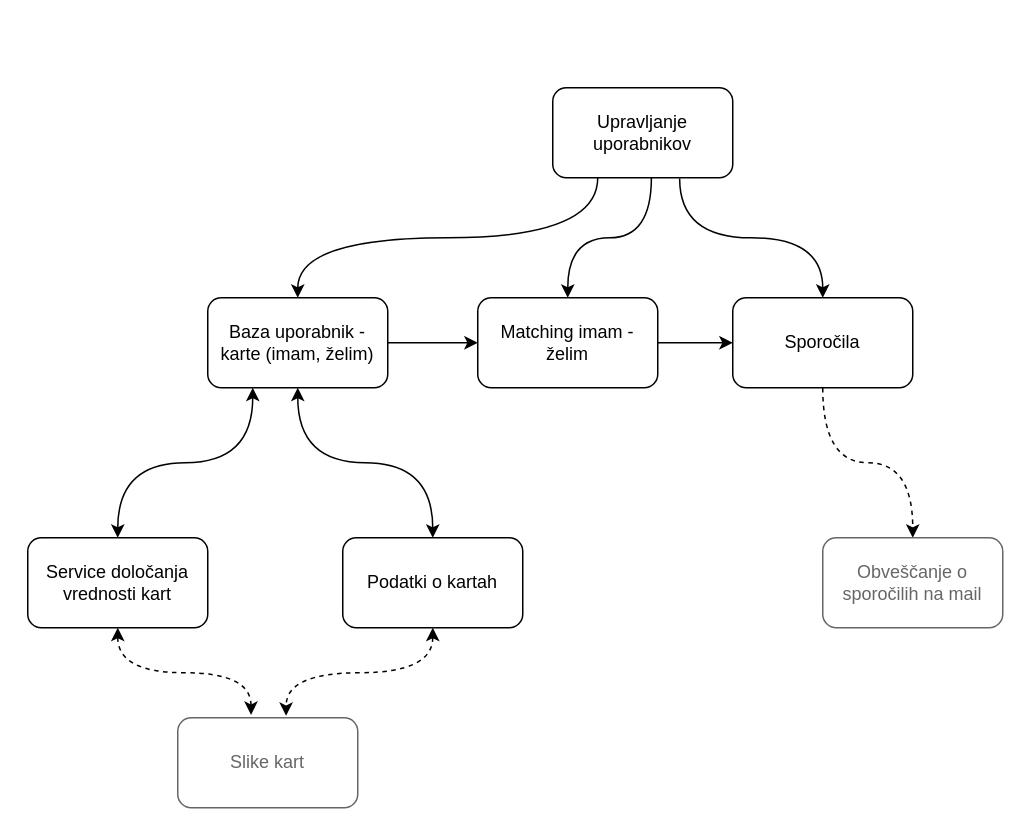
Before: shema.drawio in RSO-Project2020/service-overview, a draw.io diagram. Source tidied: cells renumbered, new cells numbered last; positions are measured from the earlier drawing's top-left corner, leaving out a move shared by most shapes. Both pictures are drawn from the tidied source at 150%, with x=0, y=0 at pixel (27, 87).
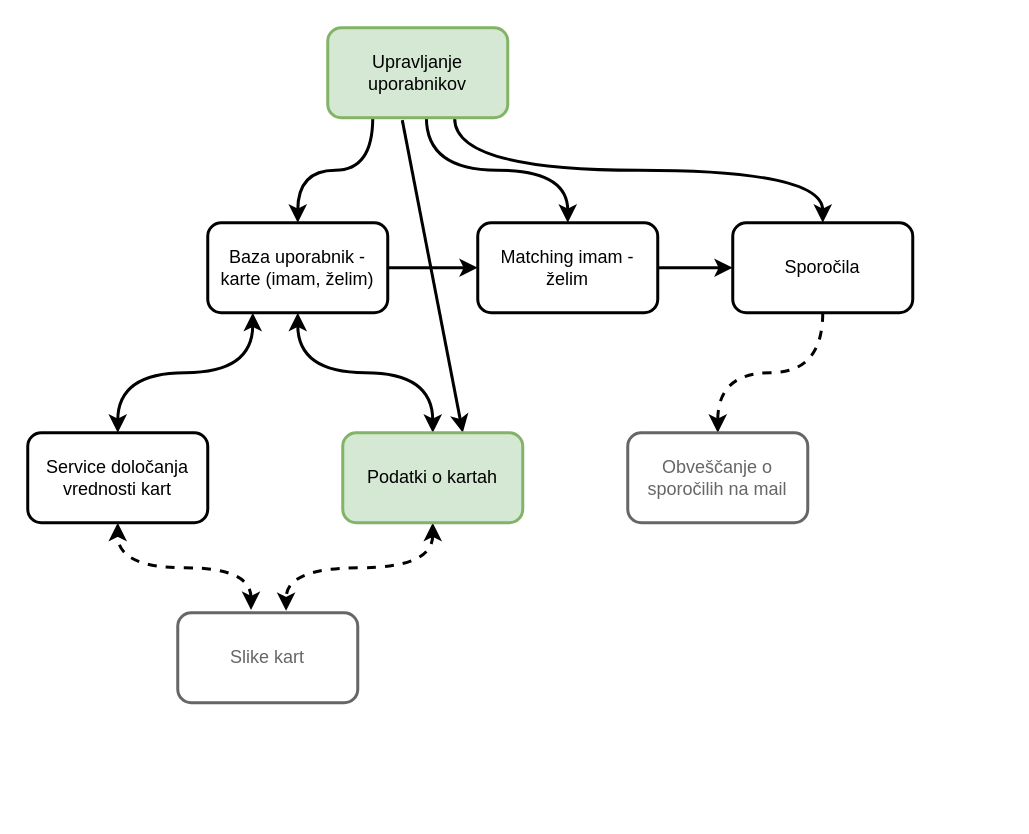
Above is the later version.

What changed in the source:
```diff
@@
-    <mxCell id="2" style="edgeStyle=orthogonalEdgeStyle;curved=1;rounded=0;jettySize=auto;html=1;exitX=0.5;exitY=0;exitDx=0;exitDy=0;entryX=0.25;entryY=1;entryDx=0;entryDy=0;startArrow=classic;startFill=1;fontColor=#666666;" parent="1" edge="1" source="3" target="14">
+    <mxCell id="2" style="edgeStyle=orthogonalEdgeStyle;curved=1;rounded=0;jettySize=auto;html=1;exitX=0.5;exitY=0;exitDx=0;exitDy=0;entryX=0.25;entryY=1;entryDx=0;entryDy=0;startArrow=classic;startFill=1;fontColor=#666666;strokeWidth=2;" parent="1" edge="1" source="3" target="14">
       <mxGeometry relative="1" as="geometry" />
     </mxCell>
-    <mxCell id="3" value="&lt;span&gt;Service določanja vrednosti kart&lt;/span&gt;" style="rounded=1;whiteSpace=wrap;html=1;" parent="1" vertex="1">
-      <mxGeometry y="300" width="120" height="60" as="geometry" />
+    <mxCell id="3" value="&lt;span&gt;Service določanja vrednosti kart&lt;/span&gt;" style="rounded=1;whiteSpace=wrap;html=1;strokeWidth=2;" parent="1" vertex="1">
+      <mxGeometry y="230" width="120" height="60" as="geometry" />
     </mxCell>
-    <mxCell id="4" style="edgeStyle=orthogonalEdgeStyle;curved=1;rounded=0;jettySize=auto;html=1;fontColor=#666666;entryX=0.5;entryY=0;entryDx=0;entryDy=0;exitX=0.705;exitY=1.007;exitDx=0;exitDy=0;exitPerimeter=0;" parent="1" edge="1" source="7" target="9">
+    <mxCell id="4" style="edgeStyle=orthogonalEdgeStyle;curved=1;rounded=0;jettySize=auto;html=1;fontColor=#666666;entryX=0.5;entryY=0;entryDx=0;entryDy=0;exitX=0.705;exitY=1.007;exitDx=0;exitDy=0;exitPerimeter=0;strokeWidth=2;" parent="1" edge="1" source="7" target="9">
       <mxGeometry relative="1" as="geometry" />
     </mxCell>
-    <mxCell id="5" style="edgeStyle=orthogonalEdgeStyle;curved=1;rounded=0;jettySize=auto;html=1;exitX=0.548;exitY=0.998;exitDx=0;exitDy=0;entryX=0.5;entryY=0;entryDx=0;entryDy=0;startArrow=none;startFill=0;fontColor=#666666;exitPerimeter=0;" parent="1" edge="1" source="7" target="19">
+    <mxCell id="5" style="edgeStyle=orthogonalEdgeStyle;curved=1;rounded=0;jettySize=auto;html=1;exitX=0.548;exitY=0.998;exitDx=0;exitDy=0;entryX=0.5;entryY=0;entryDx=0;entryDy=0;startArrow=none;startFill=0;fontColor=#666666;exitPerimeter=0;strokeWidth=2;" parent="1" edge="1" source="7" target="19">
       <mxGeometry relative="1" as="geometry" />
     </mxCell>
-    <mxCell id="6" style="edgeStyle=orthogonalEdgeStyle;curved=1;rounded=0;jettySize=auto;html=1;entryX=0.5;entryY=0;entryDx=0;entryDy=0;startArrow=none;startFill=0;fontColor=#666666;exitX=0.25;exitY=1;exitDx=0;exitDy=0;" parent="1" edge="1" source="7" target="14">
+    <mxCell id="6" style="edgeStyle=orthogonalEdgeStyle;curved=1;rounded=0;jettySize=auto;html=1;entryX=0.5;entryY=0;entryDx=0;entryDy=0;startArrow=none;startFill=0;fontColor=#666666;exitX=0.25;exitY=1;exitDx=0;exitDy=0;strokeWidth=2;" parent="1" edge="1" source="7" target="14">
       <mxGeometry relative="1" as="geometry" />
     </mxCell>
+    <mxCell id="20" style="rounded=0;jettySize=auto;html=1;exitX=0.414;exitY=1.026;exitDx=0;exitDy=0;entryX=0.667;entryY=0;entryDx=0;entryDy=0;entryPerimeter=0;exitPerimeter=0;strokeWidth=2;" parent="1" edge="1" source="7" target="12">
+      <mxGeometry relative="1" as="geometry" />
+    </mxCell>
-    <mxCell id="7" value="Upravljanje uporabnikov" style="rounded=1;whiteSpace=wrap;html=1;" parent="1" vertex="1">
-      <mxGeometry x="350" width="120" height="60" as="geometry" />
+    <mxCell id="7" value="Upravljanje uporabnikov" style="rounded=1;whiteSpace=wrap;html=1;fillColor=#d5e8d4;strokeColor=#82b366;strokeWidth=2;" parent="1" vertex="1">
+      <mxGeometry x="200" y="-40" width="120" height="60" as="geometry" />
     </mxCell>
-    <mxCell id="8" style="edgeStyle=orthogonalEdgeStyle;curved=1;rounded=0;jettySize=auto;html=1;fontColor=#666666;dashed=1;" parent="1" edge="1" source="9" target="17">
+    <mxCell id="8" style="edgeStyle=orthogonalEdgeStyle;curved=1;rounded=0;jettySize=auto;html=1;fontColor=#666666;dashed=1;strokeWidth=2;" parent="1" edge="1" source="9" target="17">
       <mxGeometry relative="1" as="geometry" />
     </mxCell>
-    <mxCell id="9" value="Sporočila" style="rounded=1;whiteSpace=wrap;html=1;" parent="1" vertex="1">
-      <mxGeometry x="470" y="140" width="120" height="60" as="geometry" />
+    <mxCell id="9" value="Sporočila" style="rounded=1;whiteSpace=wrap;html=1;strokeWidth=2;" parent="1" vertex="1">
+      <mxGeometry x="470" y="90" width="120" height="60" as="geometry" />
     </mxCell>
-    <mxCell id="10" style="edgeStyle=orthogonalEdgeStyle;curved=1;rounded=0;jettySize=auto;html=1;entryX=0.5;entryY=1;entryDx=0;entryDy=0;startArrow=classic;startFill=1;fontColor=#666666;" parent="1" edge="1" source="12" target="14">
+    <mxCell id="10" style="edgeStyle=orthogonalEdgeStyle;curved=1;rounded=0;jettySize=auto;html=1;entryX=0.5;entryY=1;entryDx=0;entryDy=0;startArrow=classic;startFill=1;fontColor=#666666;strokeWidth=2;" parent="1" edge="1" source="12" target="14">
       <mxGeometry relative="1" as="geometry" />
     </mxCell>
-    <mxCell id="11" style="edgeStyle=orthogonalEdgeStyle;curved=1;rounded=0;jettySize=auto;html=1;entryX=0.602;entryY=-0.021;entryDx=0;entryDy=0;entryPerimeter=0;startArrow=classic;startFill=1;fontColor=#666666;dashed=1;" parent="1" edge="1" source="12" target="16">
+    <mxCell id="11" style="edgeStyle=orthogonalEdgeStyle;curved=1;rounded=0;jettySize=auto;html=1;entryX=0.602;entryY=-0.021;entryDx=0;entryDy=0;entryPerimeter=0;startArrow=classic;startFill=1;fontColor=#666666;dashed=1;strokeWidth=2;" parent="1" edge="1" source="12" target="16">
       <mxGeometry relative="1" as="geometry" />
     </mxCell>
-    <mxCell id="12" value="Podatki o kartah" style="rounded=1;whiteSpace=wrap;html=1;" parent="1" vertex="1">
-      <mxGeometry x="210" y="300" width="120" height="60" as="geometry" />
+    <mxCell id="12" value="Podatki o kartah" style="rounded=1;whiteSpace=wrap;html=1;fillColor=#d5e8d4;strokeColor=#82b366;strokeWidth=2;" parent="1" vertex="1">
+      <mxGeometry x="210" y="230" width="120" height="60" as="geometry" />
     </mxCell>
-    <mxCell id="13" style="edgeStyle=orthogonalEdgeStyle;curved=1;rounded=0;jettySize=auto;html=1;exitX=1;exitY=0.5;exitDx=0;exitDy=0;entryX=0;entryY=0.5;entryDx=0;entryDy=0;startArrow=none;startFill=0;fontColor=#666666;" parent="1" edge="1" source="14" target="19">
+    <mxCell id="13" style="edgeStyle=orthogonalEdgeStyle;curved=1;rounded=0;jettySize=auto;html=1;exitX=1;exitY=0.5;exitDx=0;exitDy=0;entryX=0;entryY=0.5;entryDx=0;entryDy=0;startArrow=none;startFill=0;fontColor=#666666;strokeWidth=2;" parent="1" edge="1" source="14" target="19">
       <mxGeometry relative="1" as="geometry" />
     </mxCell>
-    <mxCell id="14" value="Baza uporabnik - karte (imam, želim)" style="rounded=1;whiteSpace=wrap;html=1;" parent="1" vertex="1">
-      <mxGeometry x="120" y="140" width="120" height="60" as="geometry" />
+    <mxCell id="14" value="Baza uporabnik - karte (imam, želim)" style="rounded=1;whiteSpace=wrap;html=1;strokeWidth=2;" parent="1" vertex="1">
+      <mxGeometry x="120" y="90" width="120" height="60" as="geometry" />
     </mxCell>
-    <mxCell id="15" style="edgeStyle=orthogonalEdgeStyle;curved=1;rounded=0;jettySize=auto;html=1;entryX=0.5;entryY=1;entryDx=0;entryDy=0;startArrow=classic;startFill=1;fontColor=#666666;exitX=0.407;exitY=-0.031;exitDx=0;exitDy=0;exitPerimeter=0;dashed=1;" parent="1" edge="1" source="16" target="3">
+    <mxCell id="15" style="edgeStyle=orthogonalEdgeStyle;curved=1;rounded=0;jettySize=auto;html=1;entryX=0.5;entryY=1;entryDx=0;entryDy=0;startArrow=classic;startFill=1;fontColor=#666666;exitX=0.407;exitY=-0.031;exitDx=0;exitDy=0;exitPerimeter=0;dashed=1;strokeWidth=2;" parent="1" edge="1" source="16" target="3">
       <mxGeometry relative="1" as="geometry" />
     </mxCell>
-    <mxCell id="16" value="Slike kart" style="rounded=1;whiteSpace=wrap;html=1;strokeColor=#666666;fontColor=#666666;" parent="1" vertex="1">
-      <mxGeometry x="100" y="420" width="120" height="60" as="geometry" />
+    <mxCell id="16" value="Slike kart" style="rounded=1;whiteSpace=wrap;html=1;strokeColor=#666666;fontColor=#666666;strokeWidth=2;" parent="1" vertex="1">
+      <mxGeometry x="100" y="350" width="120" height="60" as="geometry" />
     </mxCell>
-    <mxCell id="17" value="Obveščanje o sporočilih na mail" style="rounded=1;whiteSpace=wrap;html=1;strokeColor=#666666;fontColor=#666666;" parent="1" vertex="1">
-      <mxGeometry x="530" y="300" width="120" height="60" as="geometry" />
+    <mxCell id="17" value="Obveščanje o sporočilih na mail" style="rounded=1;whiteSpace=wrap;html=1;strokeColor=#666666;fontColor=#666666;strokeWidth=2;" parent="1" vertex="1">
+      <mxGeometry x="400" y="230" width="120" height="60" as="geometry" />
     </mxCell>
-    <mxCell id="18" style="edgeStyle=orthogonalEdgeStyle;curved=1;rounded=0;jettySize=auto;html=1;entryX=0;entryY=0.5;entryDx=0;entryDy=0;startArrow=none;startFill=0;fontColor=#666666;" parent="1" edge="1" source="19" target="9">
+    <mxCell id="18" style="edgeStyle=orthogonalEdgeStyle;curved=1;rounded=0;jettySize=auto;html=1;entryX=0;entryY=0.5;entryDx=0;entryDy=0;startArrow=none;startFill=0;fontColor=#666666;strokeWidth=2;" parent="1" edge="1" source="19" target="9">
       <mxGeometry relative="1" as="geometry" />
     </mxCell>
-    <mxCell id="19" value="Matching imam - želim" style="rounded=1;whiteSpace=wrap;html=1;" parent="1" vertex="1">
-      <mxGeometry x="300" y="140" width="120" height="60" as="geometry" />
+    <mxCell id="19" value="Matching imam - želim" style="rounded=1;whiteSpace=wrap;html=1;strokeWidth=2;" parent="1" vertex="1">
+      <mxGeometry x="300" y="90" width="120" height="60" as="geometry" />
     </mxCell>
```
